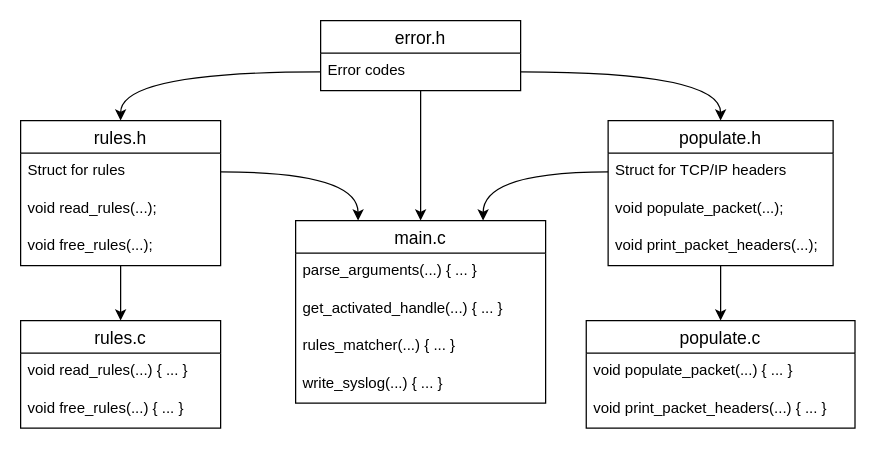
FlorianFichet/B2-IR209-IDS keeps this draw.io diagram as markdown-explanations/images/project-structure.drawio. Above is the earlier version. Source tidied: cells renumbered, new cells numbered last; positions are measured from the earlier drawing's top-left corner, leaving out a move shared by most shapes. Both pictures are drawn from the tidied source at 125%, with x=0, y=0 at pixel (20, 20).
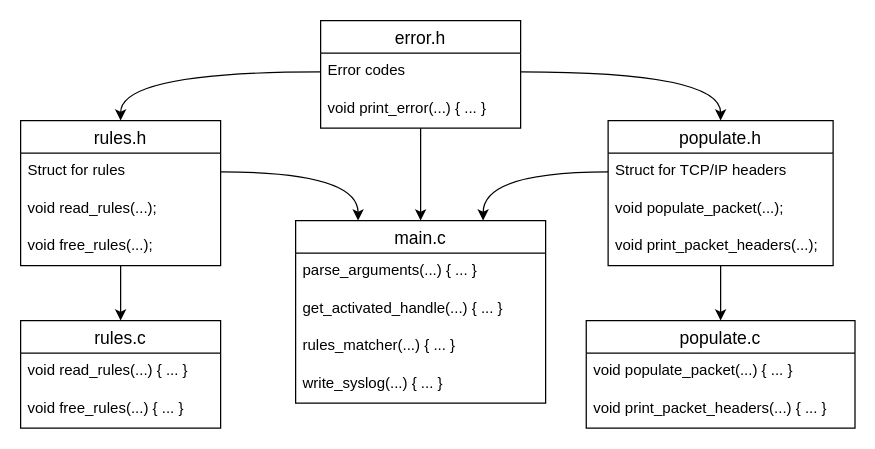
Above is the later version.

Diff of the diagram source:
```diff
@@
     <mxCell id="25" value="error.h" style="swimlane;fontStyle=0;horizontal=1;startSize=26;align=center;fontSize=14;" parent="1" vertex="1">
-      <mxGeometry x="240" width="160" height="56" as="geometry" />
+      <mxGeometry x="240" width="160" height="86" as="geometry" />
     </mxCell>
@@
+    <mxCell id="30" value="void print_error(...) { ... }" style="text;strokeColor=none;fillColor=none;spacingLeft=4;spacingRight=4;overflow=hidden;fontSize=12;" parent="25" vertex="1">
+      <mxGeometry y="56" width="160" height="30" as="geometry" />
+    </mxCell>
```
